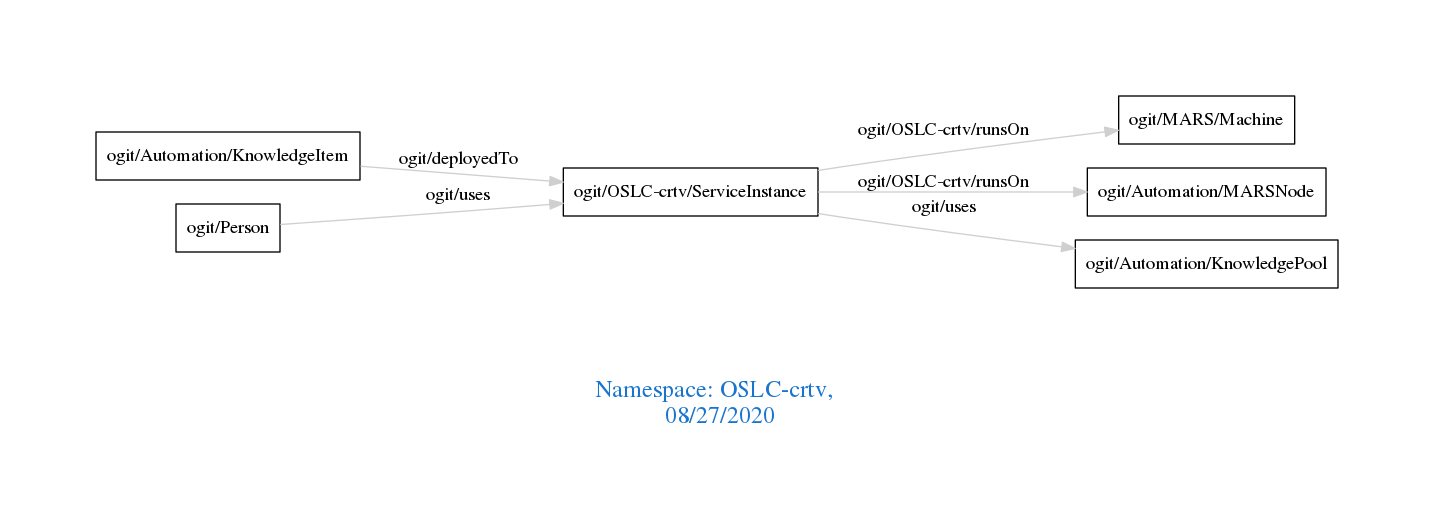
Above: downloads/OSLC-crtv.png in arago/OGIT (Graphviz), before the change. Its source is kept beside it as downloads/OSLC-crtv.dot.
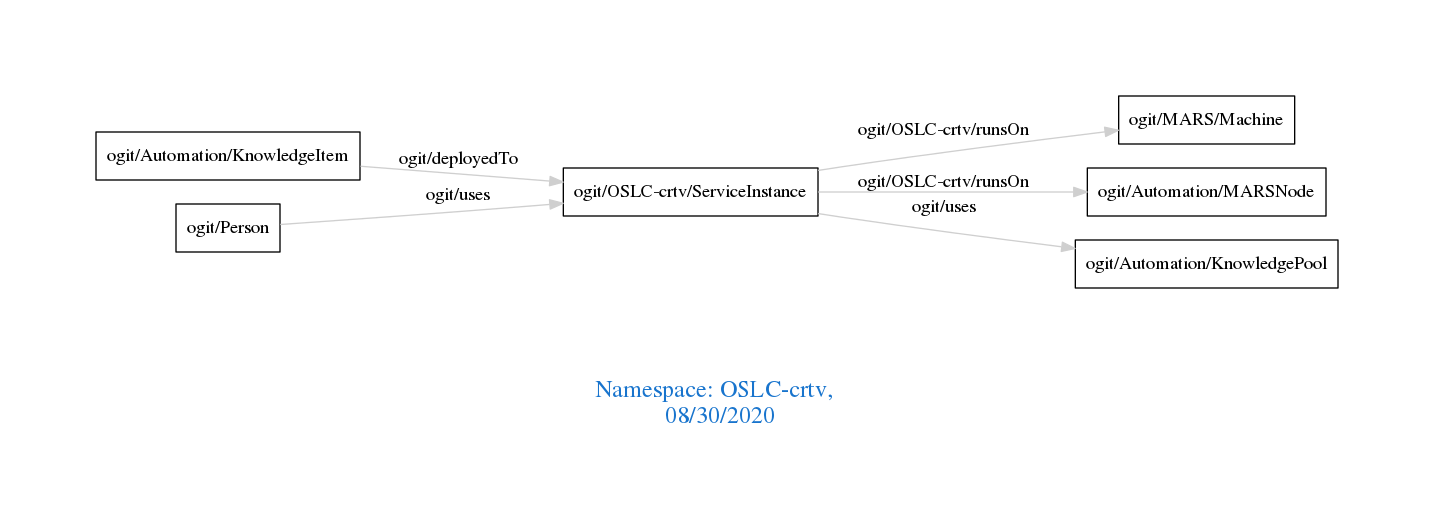
After the change.

The edit, as a diff of the source:
```diff
@@ -1,7 +1,7 @@
 digraph OGIT_ontology {
  graph [ rankdir= LR,pad=1
 fontsize = 18,
-fontcolor= dodgerblue3,label = "\n\n\nNamespace: OSLC-crtv, \n 08/27/2020"];
+fontcolor= dodgerblue3,label = "\n\n\nNamespace: OSLC-crtv, \n 08/30/2020"];
 node[shape=polygon];
 edge [  color="gray81"];
 
```
